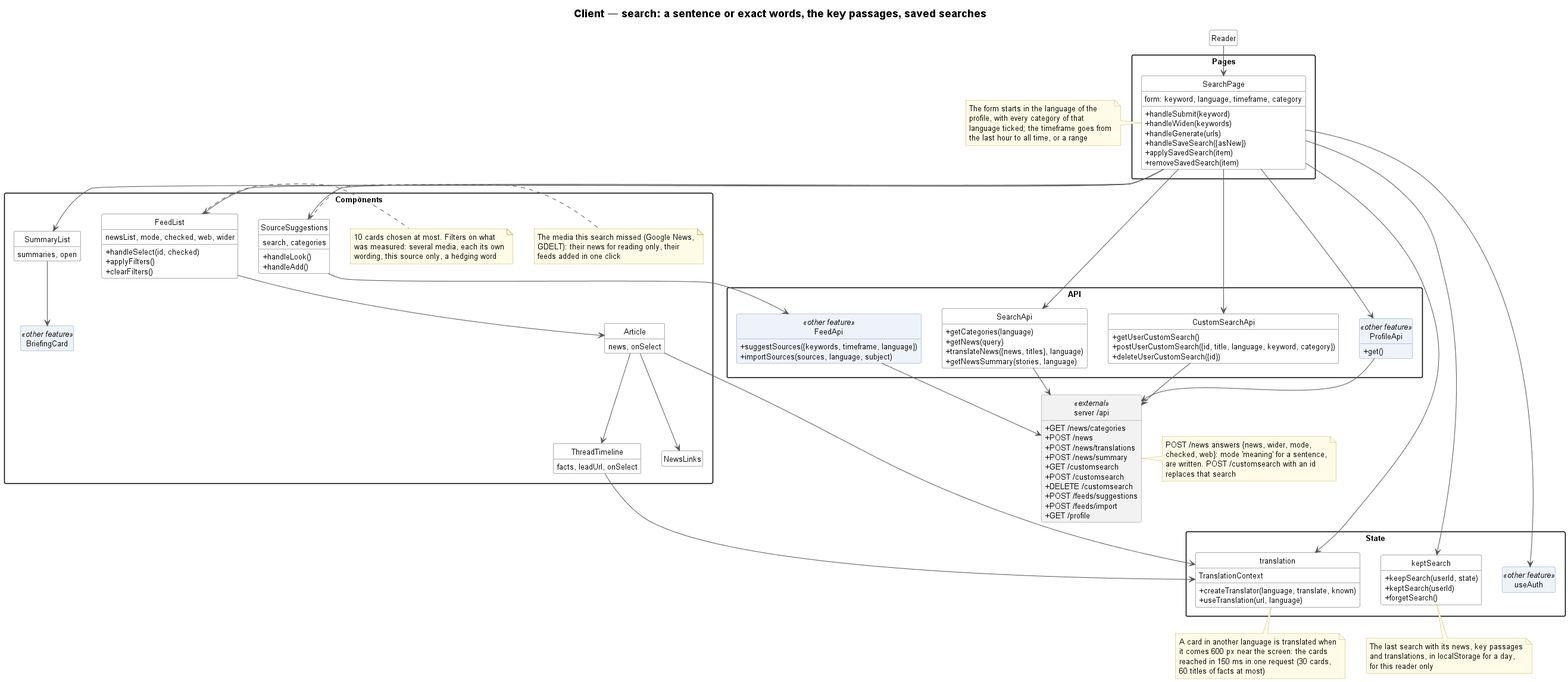
TPI2026-NewsGenerator/NewsGenerator-Frontend keeps this PlantUML diagram as docs/search/client-02-search.png. Above is the earlier version.
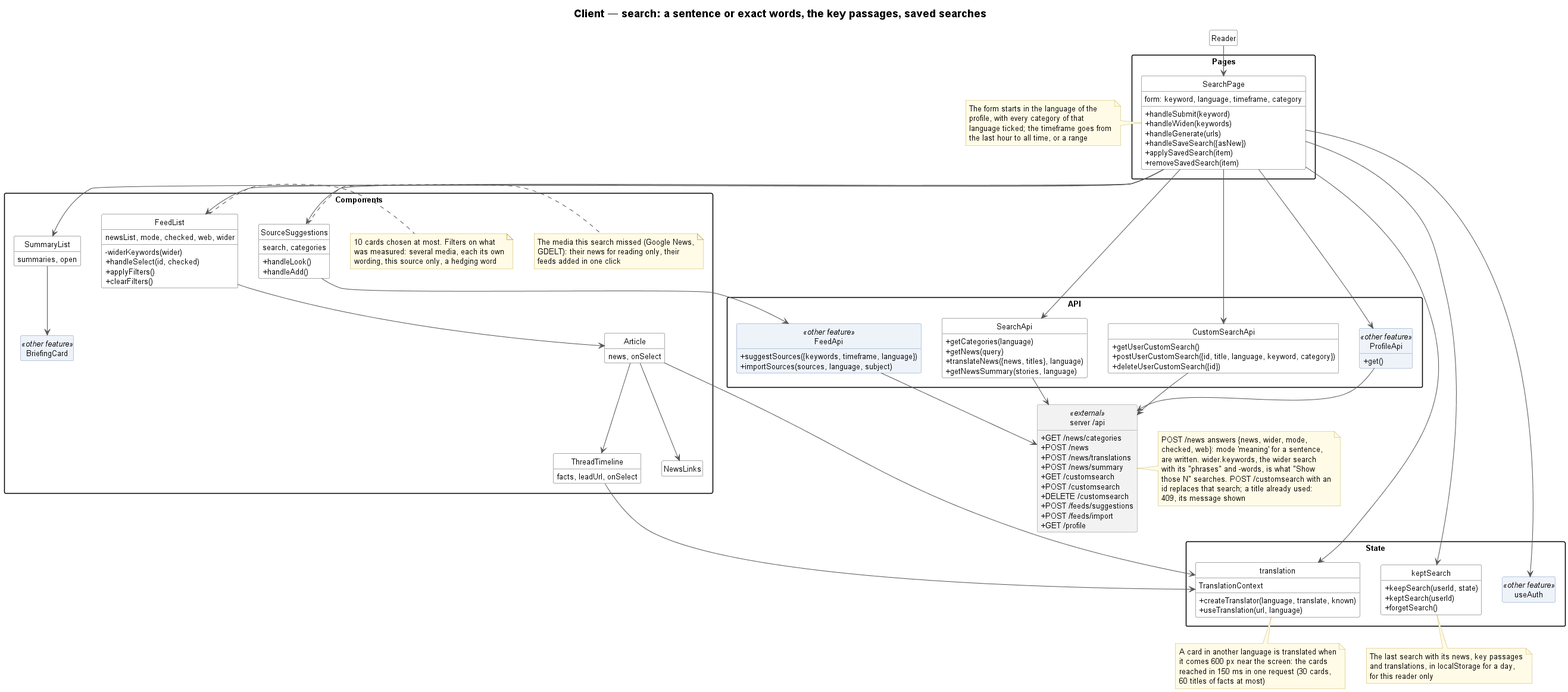
After the commit.

Change to the diagram source:
```diff
@@ -1,5 +1,5 @@
 @startuml client-02-search
-!include _style.iuml
+!include ../_style/class.iuml
 title Client — search: a sentence or exact words, the key passages, saved searches
 
 class Reader
@@ -23,6 +23,7 @@
 package "Components" {
     class FeedList {
         newsList, mode, checked, web, wider
+        - widerKeywords(wider)
         + handleSelect(id, checked)
         + applyFilters()
         + clearFilters()
@@ -113,8 +114,11 @@
 note right of Server
     POST /news answers {news, wider, mode,
     checked, web}: mode 'meaning' for a sentence,
-    are written. POST /customsearch with an id
-    replaces that search
+    are written. wider.keywords, the wider search
+    with its "phrases" and -words, is what "Show
+    those N" searches. POST /customsearch with an
+    id replaces that search; a title already used:
+    409, its message shown
 end note
 
 Reader --> SearchPage
```
